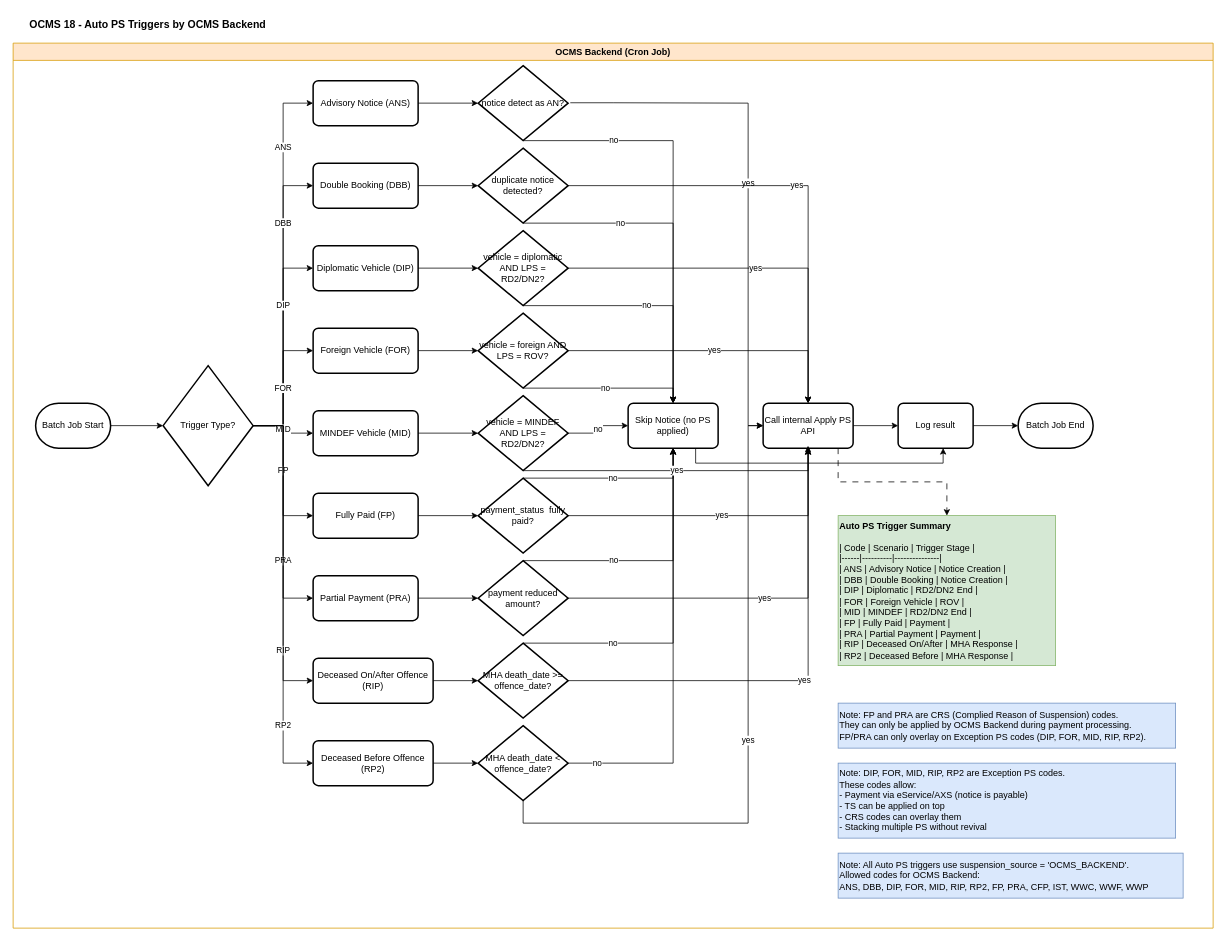
Above: page "Auto_PS_Triggers" (6 of 7) of OCMS 18/OCMS18_PS_Flowchart.drawio in rafifmgg/techdoc (draw.io), before the change. Source tidied: cells renumbered, new cells numbered last; positions are measured from the earlier drawing's top-left corner, leaving out a move shared by most shapes. Both pictures are drawn from the tidied source at 75%, with x=0, y=0 at pixel (13, 13).
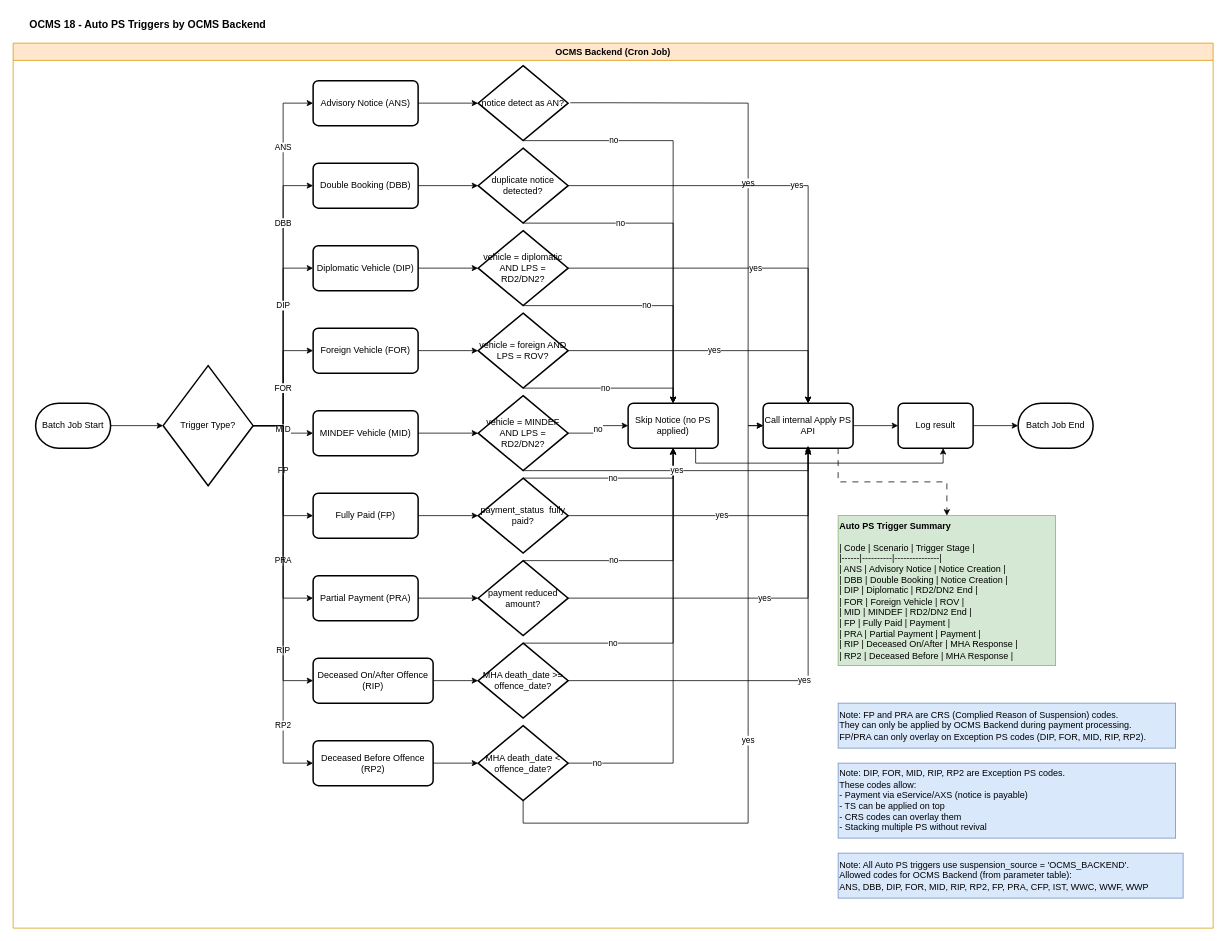
After the change.

Unchanged cells that the change refers to:
```xml
<mxCell id="3" value="OCMS Backend (Cron Job)" style="swimlane;whiteSpace=wrap;html=1;fillColor=#ffe6cc;strokeColor=#d79b00;" parent="1" vertex="1">
  <mxGeometry y="40" width="1600" height="1180" as="geometry" />
</mxCell>
```

What changed in the source:
```diff
@@
-    <mxCell id="70" value="Note: All Auto PS triggers use suspension_source = 'OCMS_BACKEND'.&lt;div&gt;Allowed codes for OCMS Backend:&lt;/div&gt;&lt;div&gt;ANS, DBB, DIP, FOR, MID, RIP, RP2, FP, PRA, CFP, IST, WWC, WWF, WWP&lt;/div&gt;" style="text;html=1;whiteSpace=wrap;strokeColor=#6c8ebf;fillColor=#dae8fc;align=left;verticalAlign=middle;rounded=0;" parent="3" vertex="1">
+    <mxCell id="70" value="Note: All Auto PS triggers use suspension_source = 'OCMS_BACKEND'.&lt;div&gt;Allowed codes for OCMS Backend (from parameter table):&lt;/div&gt;&lt;div&gt;ANS, DBB, DIP, FOR, MID, RIP, RP2, FP, PRA, CFP, IST, WWC, WWF, WWP&lt;/div&gt;" style="text;html=1;whiteSpace=wrap;strokeColor=#6c8ebf;fillColor=#dae8fc;align=left;verticalAlign=middle;rounded=0;" parent="3" vertex="1">
       <mxGeometry x="1100" y="1080" width="460" height="60" as="geometry" />
     </mxCell>
```
